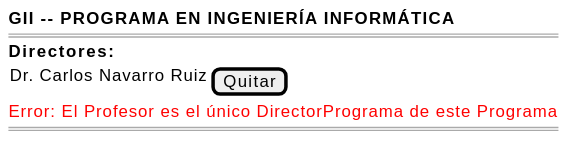
Before: images/RUP/01-requisitos/03-detalle-casos-uso/quitarDirectorPrograma/wireframe-desdePrograma.svg, a diagram exported from PlantUML (mmasias/pyCeldaPublico).
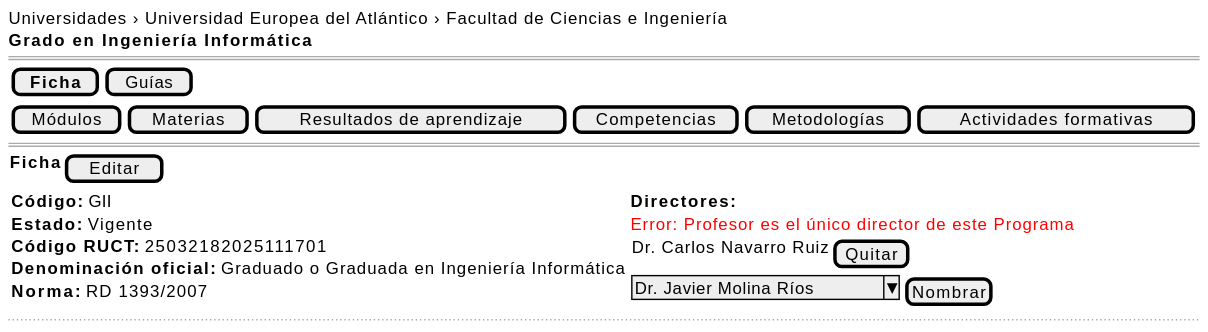
The same diagram one commit later.

Diff of the diagram source:
```diff
@@ -1,12 +1,26 @@
 @startsalt quitarDirectorPrograma-wireframe-desdePrograma
 {
-    <b>GII -- PROGRAMA EN INGENIERÍA INFORMÁTICA</b>
+    Universidades › Universidad Europea del Atlántico › Facultad de Ciencias e Ingeniería
+    <b>Grado en Ingeniería Informática</b>
     ====
-    <b>Directores:</b>
+    { [ <b>Ficha</b> ] | [ Guías ] }
+    { [ Módulos ] | [ Materias ] | [ Resultados de aprendizaje ] | [ Competencias ] | [ Metodologías ] | [ Actividades formativas ] }
+    ====
+    { <b>Ficha</b> | [ Editar ] }
     {
-        Dr. Carlos Navarro Ruiz | [Quitar]
+        {
+            <b>Código:</b> GII
+            <b>Estado:</b> Vigente
+            <b>Código RUCT:</b> 25032182025111701
+            <b>Denominación oficial:</b> Graduado o Graduada en Ingeniería Informática
+            <b>Norma:</b> RD 1393/2007
+        } | {
+            <b>Directores:</b>
+            <color:red>Error: Profesor es el único director de este Programa</color>
+            { Dr. Carlos Navarro Ruiz | [Quitar] }
+            { ^Dr. Javier Molina Ríos^ | [Nombrar] }
+        }
     }
-    <color:red>Error: El Profesor es el único DirectorPrograma de este Programa</color>
-    ====
+    ..
 }
 @endsalt
```
